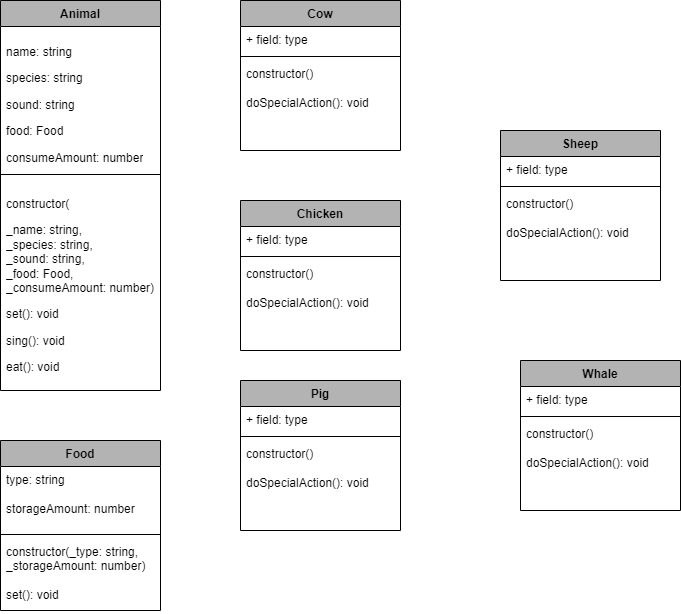
This is AnimalFarm/Concept/AnimalClasses.drawio.png from JNiqua/Code-2, a draw.io export, as it was before one commit. Source tidied: cells renumbered, new cells last; positions are measured from the earlier drawing's top-left corner, leaving out a move shared by most shapes.
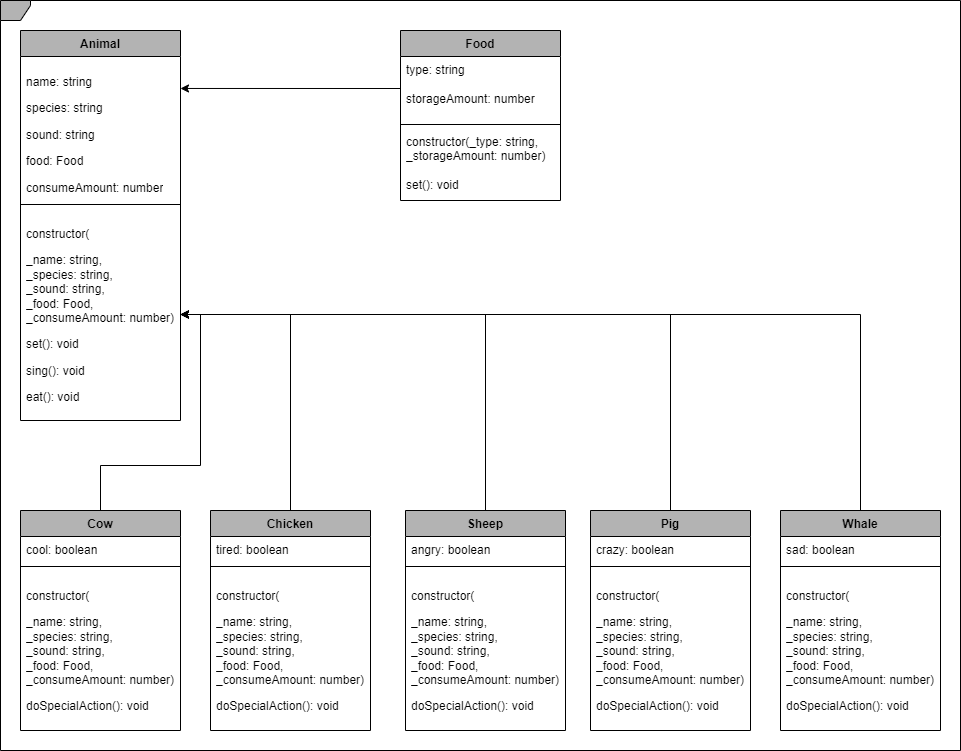
Above is the later version.

Change to the diagram source:
```diff
@@ -4,4 +4,7 @@
     <mxCell id="1" parent="0" />
+    <mxCell id="30" style="shape=umlFrame;whiteSpace=wrap;html=1;width=30;strokeColor=#000000;align=center;verticalAlign=top;swimlaneFillColor=#FFFFFF;fontFamily=Helvetica;fontSize=12;fontColor=#000000;fontStyle=1;fillColor=#B3B3B3;height=20;" parent="1" vertex="1">
+      <mxGeometry x="-20" y="-30" width="960" height="750" as="geometry" />
+    </mxCell>
-    <mxCell id="2" value="Animal" style="swimlane;fontStyle=1;align=center;verticalAlign=top;horizontal=1;startSize=26;whiteSpace=wrap;html=1;fontColor=#000000;strokeColor=#000000;swimlaneFillColor=#FFFFFF;fillColor=#B3B3B3;" parent="1" vertex="1">
-      <mxGeometry width="160" height="390" as="geometry" />
+    <mxCell id="2" value="Animal" style="swimlane;fontStyle=1;align=center;verticalAlign=top;horizontal=1;startSize=26;whiteSpace=wrap;html=1;fontColor=#000000;strokeColor=#000000;swimlaneFillColor=#FFFFFF;fillColor=#B3B3B3;" parent="30" vertex="1">
+      <mxGeometry x="20" y="30" width="160" height="390" as="geometry" />
     </mxCell>
@@ -16,4 +19,79 @@
     </mxCell>
+    <mxCell id="31" style="edgeStyle=orthogonalEdgeStyle;shape=connector;rounded=0;jettySize=auto;html=1;exitX=0.5;exitY=0;exitDx=0;exitDy=0;entryX=1;entryY=0.5;entryDx=0;entryDy=0;strokeColor=#000000;align=center;verticalAlign=middle;fontFamily=Helvetica;fontSize=12;fontColor=#000000;fontStyle=1;labelBackgroundColor=default;endArrow=classic;" parent="30" edge="1" source="10" target="5">
+      <mxGeometry relative="1" as="geometry" />
+    </mxCell>
+    <mxCell id="10" value="Cow" style="swimlane;fontStyle=1;align=center;verticalAlign=top;horizontal=1;startSize=26;whiteSpace=wrap;html=1;strokeColor=#000000;swimlaneFillColor=#FFFFFF;fontFamily=Helvetica;fontSize=12;fontColor=#000000;fillColor=#B3B3B3;" parent="30" vertex="1">
+      <mxGeometry x="20" y="510" width="160" height="220" as="geometry" />
+    </mxCell>
+    <mxCell id="11" value="cool: boolean" style="text;strokeColor=none;fillColor=none;align=left;verticalAlign=top;spacingLeft=4;spacingRight=4;overflow=hidden;whiteSpace=wrap;html=1;fontFamily=Helvetica;fontSize=12;fontColor=#000000;fontStyle=0;" parent="10" vertex="1">
+      <mxGeometry y="26" width="160" height="26" as="geometry" />
+    </mxCell>
+    <mxCell id="12" style="line;strokeWidth=1;fillColor=none;align=left;verticalAlign=middle;spacingTop=-1;spacingLeft=3;spacingRight=3;labelPosition=right;strokeColor=inherit;swimlaneFillColor=#FFFFFF;fontFamily=Helvetica;fontSize=12;fontColor=#000000;fontStyle=1;" parent="10" vertex="1">
+      <mxGeometry y="52" width="160" height="8" as="geometry" />
+    </mxCell>
+    <mxCell id="13" value="&lt;div&gt;&lt;p&gt;constructor(&lt;/p&gt;&lt;p&gt;&lt;span style=&quot;background-color: initial;&quot;&gt;_&lt;/span&gt;&lt;span style=&quot;background-color: initial;&quot;&gt;name: string,&amp;nbsp; &amp;nbsp; &amp;nbsp; &amp;nbsp; &amp;nbsp; _&lt;/span&gt;&lt;span style=&quot;background-color: initial;&quot;&gt;species: string,&amp;nbsp; &amp;nbsp; &amp;nbsp; &amp;nbsp; &amp;nbsp; _&lt;/span&gt;&lt;span style=&quot;background-color: initial;&quot;&gt;sound: string,&amp;nbsp; &amp;nbsp; &amp;nbsp; &amp;nbsp; &amp;nbsp; &amp;nbsp; &amp;nbsp; _&lt;/span&gt;&lt;span style=&quot;background-color: initial;&quot;&gt;food: Food, _&lt;/span&gt;&lt;span style=&quot;background-color: initial;&quot;&gt;consumeAmount: number)&lt;/span&gt;&lt;/p&gt;&lt;/div&gt;doSpecialAction(): void" style="text;strokeColor=none;fillColor=none;align=left;verticalAlign=top;spacingLeft=4;spacingRight=4;overflow=hidden;whiteSpace=wrap;html=1;fontFamily=Helvetica;fontSize=12;fontColor=#000000;fontStyle=0;" parent="10" vertex="1">
+      <mxGeometry y="60" width="160" height="160" as="geometry" />
+    </mxCell>
+    <mxCell id="32" style="edgeStyle=orthogonalEdgeStyle;shape=connector;rounded=0;jettySize=auto;html=1;exitX=0.5;exitY=0;exitDx=0;exitDy=0;entryX=1;entryY=0.5;entryDx=0;entryDy=0;strokeColor=#000000;align=center;verticalAlign=middle;fontFamily=Helvetica;fontSize=12;fontColor=#000000;fontStyle=1;labelBackgroundColor=default;endArrow=classic;" parent="30" edge="1" source="26" target="5">
+      <mxGeometry relative="1" as="geometry" />
+    </mxCell>
+    <mxCell id="26" value="Chicken" style="swimlane;fontStyle=1;align=center;verticalAlign=top;horizontal=1;startSize=26;whiteSpace=wrap;html=1;strokeColor=#000000;swimlaneFillColor=#FFFFFF;fontFamily=Helvetica;fontSize=12;fontColor=#000000;fillColor=#B3B3B3;" parent="30" vertex="1">
+      <mxGeometry x="210" y="510" width="160" height="220" as="geometry" />
+    </mxCell>
+    <mxCell id="33" value="tired: boolean" style="text;strokeColor=none;fillColor=none;align=left;verticalAlign=top;spacingLeft=4;spacingRight=4;overflow=hidden;whiteSpace=wrap;html=1;fontFamily=Helvetica;fontSize=12;fontColor=#000000;fontStyle=0;" parent="26" vertex="1">
+      <mxGeometry y="26" width="160" height="26" as="geometry" />
+    </mxCell>
+    <mxCell id="34" style="line;strokeWidth=1;fillColor=none;align=left;verticalAlign=middle;spacingTop=-1;spacingLeft=3;spacingRight=3;labelPosition=right;strokeColor=inherit;swimlaneFillColor=#FFFFFF;fontFamily=Helvetica;fontSize=12;fontColor=#000000;fontStyle=1;" parent="26" vertex="1">
+      <mxGeometry y="52" width="160" height="8" as="geometry" />
+    </mxCell>
+    <mxCell id="35" value="&lt;div&gt;&lt;p&gt;constructor(&lt;/p&gt;&lt;p&gt;&lt;span style=&quot;background-color: initial;&quot;&gt;_&lt;/span&gt;&lt;span style=&quot;background-color: initial;&quot;&gt;name: string,&amp;nbsp; &amp;nbsp; &amp;nbsp; &amp;nbsp; &amp;nbsp; _&lt;/span&gt;&lt;span style=&quot;background-color: initial;&quot;&gt;species: string,&amp;nbsp; &amp;nbsp; &amp;nbsp; &amp;nbsp; &amp;nbsp; _&lt;/span&gt;&lt;span style=&quot;background-color: initial;&quot;&gt;sound: string,&amp;nbsp; &amp;nbsp; &amp;nbsp; &amp;nbsp; &amp;nbsp; &amp;nbsp; &amp;nbsp; _&lt;/span&gt;&lt;span style=&quot;background-color: initial;&quot;&gt;food: Food, _&lt;/span&gt;&lt;span style=&quot;background-color: initial;&quot;&gt;consumeAmount: number)&lt;/span&gt;&lt;/p&gt;&lt;/div&gt;doSpecialAction(): void" style="text;strokeColor=none;fillColor=none;align=left;verticalAlign=top;spacingLeft=4;spacingRight=4;overflow=hidden;whiteSpace=wrap;html=1;fontFamily=Helvetica;fontSize=12;fontColor=#000000;fontStyle=0;" parent="26" vertex="1">
+      <mxGeometry y="60" width="160" height="160" as="geometry" />
+    </mxCell>
+    <mxCell id="36" style="edgeStyle=orthogonalEdgeStyle;shape=connector;rounded=0;jettySize=auto;html=1;exitX=0.5;exitY=0;exitDx=0;exitDy=0;strokeColor=#000000;align=center;verticalAlign=middle;fontFamily=Helvetica;fontSize=12;fontColor=#000000;fontStyle=1;labelBackgroundColor=default;endArrow=classic;" parent="30" edge="1" source="18" target="5">
+      <mxGeometry relative="1" as="geometry" />
+    </mxCell>
+    <mxCell id="18" value="Whale" style="swimlane;fontStyle=1;align=center;verticalAlign=top;horizontal=1;startSize=26;whiteSpace=wrap;html=1;strokeColor=#000000;swimlaneFillColor=#FFFFFF;fontFamily=Helvetica;fontSize=12;fontColor=#000000;fillColor=#B3B3B3;" parent="30" vertex="1">
+      <mxGeometry x="780" y="510" width="160" height="220" as="geometry" />
+    </mxCell>
+    <mxCell id="37" value="sad: boolean" style="text;strokeColor=none;fillColor=none;align=left;verticalAlign=top;spacingLeft=4;spacingRight=4;overflow=hidden;whiteSpace=wrap;html=1;fontFamily=Helvetica;fontSize=12;fontColor=#000000;fontStyle=0;" parent="18" vertex="1">
+      <mxGeometry y="26" width="160" height="26" as="geometry" />
+    </mxCell>
+    <mxCell id="38" style="line;strokeWidth=1;fillColor=none;align=left;verticalAlign=middle;spacingTop=-1;spacingLeft=3;spacingRight=3;labelPosition=right;strokeColor=inherit;swimlaneFillColor=#FFFFFF;fontFamily=Helvetica;fontSize=12;fontColor=#000000;fontStyle=1;" parent="18" vertex="1">
+      <mxGeometry y="52" width="160" height="8" as="geometry" />
+    </mxCell>
+    <mxCell id="39" value="&lt;div&gt;&lt;p&gt;constructor(&lt;/p&gt;&lt;p&gt;&lt;span style=&quot;background-color: initial;&quot;&gt;_&lt;/span&gt;&lt;span style=&quot;background-color: initial;&quot;&gt;name: string,&amp;nbsp; &amp;nbsp; &amp;nbsp; &amp;nbsp; &amp;nbsp; _&lt;/span&gt;&lt;span style=&quot;background-color: initial;&quot;&gt;species: string,&amp;nbsp; &amp;nbsp; &amp;nbsp; &amp;nbsp; &amp;nbsp; _&lt;/span&gt;&lt;span style=&quot;background-color: initial;&quot;&gt;sound: string,&amp;nbsp; &amp;nbsp; &amp;nbsp; &amp;nbsp; &amp;nbsp; &amp;nbsp; &amp;nbsp; _&lt;/span&gt;&lt;span style=&quot;background-color: initial;&quot;&gt;food: Food, _&lt;/span&gt;&lt;span style=&quot;background-color: initial;&quot;&gt;consumeAmount: number)&lt;/span&gt;&lt;/p&gt;&lt;/div&gt;doSpecialAction(): void" style="text;strokeColor=none;fillColor=none;align=left;verticalAlign=top;spacingLeft=4;spacingRight=4;overflow=hidden;whiteSpace=wrap;html=1;fontFamily=Helvetica;fontSize=12;fontColor=#000000;fontStyle=0;" parent="18" vertex="1">
+      <mxGeometry y="60" width="160" height="160" as="geometry" />
+    </mxCell>
+    <mxCell id="40" style="edgeStyle=orthogonalEdgeStyle;shape=connector;rounded=0;jettySize=auto;html=1;exitX=0.5;exitY=0;exitDx=0;exitDy=0;strokeColor=#000000;align=center;verticalAlign=middle;fontFamily=Helvetica;fontSize=12;fontColor=#000000;fontStyle=1;labelBackgroundColor=default;endArrow=classic;" parent="30" edge="1" source="22" target="5">
+      <mxGeometry relative="1" as="geometry" />
+    </mxCell>
+    <mxCell id="22" value="Pig" style="swimlane;fontStyle=1;align=center;verticalAlign=top;horizontal=1;startSize=26;whiteSpace=wrap;html=1;strokeColor=#000000;swimlaneFillColor=#FFFFFF;fontFamily=Helvetica;fontSize=12;fontColor=#000000;fillColor=#B3B3B3;" parent="30" vertex="1">
+      <mxGeometry x="590" y="510" width="160" height="220" as="geometry" />
+    </mxCell>
+    <mxCell id="41" value="crazy: boolean" style="text;strokeColor=none;fillColor=none;align=left;verticalAlign=top;spacingLeft=4;spacingRight=4;overflow=hidden;whiteSpace=wrap;html=1;fontFamily=Helvetica;fontSize=12;fontColor=#000000;fontStyle=0;" parent="22" vertex="1">
+      <mxGeometry y="26" width="160" height="26" as="geometry" />
+    </mxCell>
+    <mxCell id="42" style="line;strokeWidth=1;fillColor=none;align=left;verticalAlign=middle;spacingTop=-1;spacingLeft=3;spacingRight=3;labelPosition=right;strokeColor=inherit;swimlaneFillColor=#FFFFFF;fontFamily=Helvetica;fontSize=12;fontColor=#000000;fontStyle=1;" parent="22" vertex="1">
+      <mxGeometry y="52" width="160" height="8" as="geometry" />
+    </mxCell>
+    <mxCell id="43" value="&lt;div&gt;&lt;p&gt;constructor(&lt;/p&gt;&lt;p&gt;&lt;span style=&quot;background-color: initial;&quot;&gt;_&lt;/span&gt;&lt;span style=&quot;background-color: initial;&quot;&gt;name: string,&amp;nbsp; &amp;nbsp; &amp;nbsp; &amp;nbsp; &amp;nbsp; _&lt;/span&gt;&lt;span style=&quot;background-color: initial;&quot;&gt;species: string,&amp;nbsp; &amp;nbsp; &amp;nbsp; &amp;nbsp; &amp;nbsp; _&lt;/span&gt;&lt;span style=&quot;background-color: initial;&quot;&gt;sound: string,&amp;nbsp; &amp;nbsp; &amp;nbsp; &amp;nbsp; &amp;nbsp; &amp;nbsp; &amp;nbsp; _&lt;/span&gt;&lt;span style=&quot;background-color: initial;&quot;&gt;food: Food, _&lt;/span&gt;&lt;span style=&quot;background-color: initial;&quot;&gt;consumeAmount: number)&lt;/span&gt;&lt;/p&gt;&lt;/div&gt;doSpecialAction(): void" style="text;strokeColor=none;fillColor=none;align=left;verticalAlign=top;spacingLeft=4;spacingRight=4;overflow=hidden;whiteSpace=wrap;html=1;fontFamily=Helvetica;fontSize=12;fontColor=#000000;fontStyle=0;" parent="22" vertex="1">
+      <mxGeometry y="60" width="160" height="160" as="geometry" />
+    </mxCell>
+    <mxCell id="44" style="edgeStyle=orthogonalEdgeStyle;shape=connector;rounded=0;jettySize=auto;html=1;exitX=0.5;exitY=0;exitDx=0;exitDy=0;strokeColor=#000000;align=center;verticalAlign=middle;fontFamily=Helvetica;fontSize=12;fontColor=#000000;fontStyle=1;labelBackgroundColor=default;endArrow=classic;" parent="30" edge="1" source="14" target="5">
+      <mxGeometry relative="1" as="geometry" />
+    </mxCell>
+    <mxCell id="14" value="Sheep" style="swimlane;fontStyle=1;align=center;verticalAlign=top;horizontal=1;startSize=26;whiteSpace=wrap;html=1;strokeColor=#000000;swimlaneFillColor=#FFFFFF;fontFamily=Helvetica;fontSize=12;fontColor=#000000;fillColor=#B3B3B3;" parent="30" vertex="1">
+      <mxGeometry x="405" y="510" width="160" height="220" as="geometry" />
+    </mxCell>
+    <mxCell id="45" value="angry: boolean" style="text;strokeColor=none;fillColor=none;align=left;verticalAlign=top;spacingLeft=4;spacingRight=4;overflow=hidden;whiteSpace=wrap;html=1;fontFamily=Helvetica;fontSize=12;fontColor=#000000;fontStyle=0;" parent="14" vertex="1">
+      <mxGeometry y="26" width="160" height="26" as="geometry" />
+    </mxCell>
+    <mxCell id="46" style="line;strokeWidth=1;fillColor=none;align=left;verticalAlign=middle;spacingTop=-1;spacingLeft=3;spacingRight=3;labelPosition=right;strokeColor=inherit;swimlaneFillColor=#FFFFFF;fontFamily=Helvetica;fontSize=12;fontColor=#000000;fontStyle=1;" parent="14" vertex="1">
+      <mxGeometry y="52" width="160" height="8" as="geometry" />
+    </mxCell>
+    <mxCell id="47" value="&lt;div&gt;&lt;p&gt;constructor(&lt;/p&gt;&lt;p&gt;&lt;span style=&quot;background-color: initial;&quot;&gt;_&lt;/span&gt;&lt;span style=&quot;background-color: initial;&quot;&gt;name: string,&amp;nbsp; &amp;nbsp; &amp;nbsp; &amp;nbsp; &amp;nbsp; _&lt;/span&gt;&lt;span style=&quot;background-color: initial;&quot;&gt;species: string,&amp;nbsp; &amp;nbsp; &amp;nbsp; &amp;nbsp; &amp;nbsp; _&lt;/span&gt;&lt;span style=&quot;background-color: initial;&quot;&gt;sound: string,&amp;nbsp; &amp;nbsp; &amp;nbsp; &amp;nbsp; &amp;nbsp; &amp;nbsp; &amp;nbsp; _&lt;/span&gt;&lt;span style=&quot;background-color: initial;&quot;&gt;food: Food, _&lt;/span&gt;&lt;span style=&quot;background-color: initial;&quot;&gt;consumeAmount: number)&lt;/span&gt;&lt;/p&gt;&lt;/div&gt;doSpecialAction(): void" style="text;strokeColor=none;fillColor=none;align=left;verticalAlign=top;spacingLeft=4;spacingRight=4;overflow=hidden;whiteSpace=wrap;html=1;fontFamily=Helvetica;fontSize=12;fontColor=#000000;fontStyle=0;" parent="14" vertex="1">
+      <mxGeometry y="60" width="160" height="160" as="geometry" />
+    </mxCell>
-    <mxCell id="6" value="Food" style="swimlane;fontStyle=1;align=center;verticalAlign=top;horizontal=1;startSize=26;whiteSpace=wrap;html=1;strokeColor=#000000;swimlaneFillColor=#FFFFFF;fontFamily=Helvetica;fontSize=12;fontColor=#000000;fillColor=#B3B3B3;" parent="1" vertex="1">
-      <mxGeometry y="440" width="160" height="170" as="geometry" />
+    <mxCell id="6" value="Food" style="swimlane;fontStyle=1;align=center;verticalAlign=top;horizontal=1;startSize=26;whiteSpace=wrap;html=1;strokeColor=#000000;swimlaneFillColor=#FFFFFF;fontFamily=Helvetica;fontSize=12;fontColor=#000000;fillColor=#B3B3B3;" parent="30" vertex="1">
+      <mxGeometry x="400" y="30" width="160" height="170" as="geometry" />
     </mxCell>
@@ -28,62 +106,5 @@
     </mxCell>
-    <mxCell id="10" value="Cow" style="swimlane;fontStyle=1;align=center;verticalAlign=top;horizontal=1;startSize=26;whiteSpace=wrap;html=1;strokeColor=#000000;swimlaneFillColor=#FFFFFF;fontFamily=Helvetica;fontSize=12;fontColor=#000000;fillColor=#B3B3B3;" parent="1" vertex="1">
-      <mxGeometry x="240" width="160" height="150" as="geometry" />
-    </mxCell>
-    <mxCell id="11" value="+ field: type" style="text;strokeColor=none;fillColor=none;align=left;verticalAlign=top;spacingLeft=4;spacingRight=4;overflow=hidden;whiteSpace=wrap;html=1;fontFamily=Helvetica;fontSize=12;fontColor=#000000;fontStyle=0;" parent="10" vertex="1">
-      <mxGeometry y="26" width="160" height="26" as="geometry" />
-    </mxCell>
-    <mxCell id="12" style="line;strokeWidth=1;fillColor=none;align=left;verticalAlign=middle;spacingTop=-1;spacingLeft=3;spacingRight=3;labelPosition=right;strokeColor=inherit;swimlaneFillColor=#FFFFFF;fontFamily=Helvetica;fontSize=12;fontColor=#000000;fontStyle=1;" parent="10" vertex="1">
-      <mxGeometry y="52" width="160" height="8" as="geometry" />
-    </mxCell>
-    <mxCell id="13" value="&lt;div&gt;constructor()&lt;/div&gt;&lt;div&gt;&lt;br&gt;&lt;/div&gt;doSpecialAction(): void" style="text;strokeColor=none;fillColor=none;align=left;verticalAlign=top;spacingLeft=4;spacingRight=4;overflow=hidden;whiteSpace=wrap;html=1;fontFamily=Helvetica;fontSize=12;fontColor=#000000;fontStyle=0;" parent="10" vertex="1">
-      <mxGeometry y="60" width="160" height="90" as="geometry" />
-    </mxCell>
-    <mxCell id="14" value="Sheep" style="swimlane;fontStyle=1;align=center;verticalAlign=top;horizontal=1;startSize=26;whiteSpace=wrap;html=1;strokeColor=#000000;swimlaneFillColor=#FFFFFF;fontFamily=Helvetica;fontSize=12;fontColor=#000000;fillColor=#B3B3B3;" parent="1" vertex="1">
-      <mxGeometry x="500" y="130" width="160" height="150" as="geometry" />
-    </mxCell>
-    <mxCell id="15" value="+ field: type" style="text;strokeColor=none;fillColor=none;align=left;verticalAlign=top;spacingLeft=4;spacingRight=4;overflow=hidden;whiteSpace=wrap;html=1;fontFamily=Helvetica;fontSize=12;fontColor=#000000;fontStyle=0;" parent="14" vertex="1">
-      <mxGeometry y="26" width="160" height="26" as="geometry" />
-    </mxCell>
-    <mxCell id="16" style="line;strokeWidth=1;fillColor=none;align=left;verticalAlign=middle;spacingTop=-1;spacingLeft=3;spacingRight=3;labelPosition=right;strokeColor=inherit;swimlaneFillColor=#FFFFFF;fontFamily=Helvetica;fontSize=12;fontColor=#000000;fontStyle=1;" parent="14" vertex="1">
-      <mxGeometry y="52" width="160" height="8" as="geometry" />
-    </mxCell>
-    <mxCell id="17" value="&lt;div&gt;constructor()&lt;/div&gt;&lt;div&gt;&lt;br&gt;&lt;/div&gt;doSpecialAction(): void" style="text;strokeColor=none;fillColor=none;align=left;verticalAlign=top;spacingLeft=4;spacingRight=4;overflow=hidden;whiteSpace=wrap;html=1;fontFamily=Helvetica;fontSize=12;fontColor=#000000;fontStyle=0;" parent="14" vertex="1">
-      <mxGeometry y="60" width="160" height="90" as="geometry" />
-    </mxCell>
-    <mxCell id="18" value="Whale" style="swimlane;fontStyle=1;align=center;verticalAlign=top;horizontal=1;startSize=26;whiteSpace=wrap;html=1;strokeColor=#000000;swimlaneFillColor=#FFFFFF;fontFamily=Helvetica;fontSize=12;fontColor=#000000;fillColor=#B3B3B3;" parent="1" vertex="1">
-      <mxGeometry x="520" y="360" width="160" height="150" as="geometry" />
-    </mxCell>
-    <mxCell id="19" value="+ field: type" style="text;strokeColor=none;fillColor=none;align=left;verticalAlign=top;spacingLeft=4;spacingRight=4;overflow=hidden;whiteSpace=wrap;html=1;fontFamily=Helvetica;fontSize=12;fontColor=#000000;fontStyle=0;" parent="18" vertex="1">
-      <mxGeometry y="26" width="160" height="26" as="geometry" />
-    </mxCell>
-    <mxCell id="20" style="line;strokeWidth=1;fillColor=none;align=left;verticalAlign=middle;spacingTop=-1;spacingLeft=3;spacingRight=3;labelPosition=right;strokeColor=inherit;swimlaneFillColor=#FFFFFF;fontFamily=Helvetica;fontSize=12;fontColor=#000000;fontStyle=1;" parent="18" vertex="1">
-      <mxGeometry y="52" width="160" height="8" as="geometry" />
-    </mxCell>
-    <mxCell id="21" value="&lt;div&gt;constructor()&lt;/div&gt;&lt;div&gt;&lt;br&gt;&lt;/div&gt;doSpecialAction(): void" style="text;strokeColor=none;fillColor=none;align=left;verticalAlign=top;spacingLeft=4;spacingRight=4;overflow=hidden;whiteSpace=wrap;html=1;fontFamily=Helvetica;fontSize=12;fontColor=#000000;fontStyle=0;" parent="18" vertex="1">
-      <mxGeometry y="60" width="160" height="90" as="geometry" />
-    </mxCell>
-    <mxCell id="22" value="Pig" style="swimlane;fontStyle=1;align=center;verticalAlign=top;horizontal=1;startSize=26;whiteSpace=wrap;html=1;strokeColor=#000000;swimlaneFillColor=#FFFFFF;fontFamily=Helvetica;fontSize=12;fontColor=#000000;fillColor=#B3B3B3;" parent="1" vertex="1">
-      <mxGeometry x="240" y="380" width="160" height="150" as="geometry" />
-    </mxCell>
-    <mxCell id="23" value="+ field: type" style="text;strokeColor=none;fillColor=none;align=left;verticalAlign=top;spacingLeft=4;spacingRight=4;overflow=hidden;whiteSpace=wrap;html=1;fontFamily=Helvetica;fontSize=12;fontColor=#000000;fontStyle=0;" parent="22" vertex="1">
-      <mxGeometry y="26" width="160" height="26" as="geometry" />
-    </mxCell>
-    <mxCell id="24" style="line;strokeWidth=1;fillColor=none;align=left;verticalAlign=middle;spacingTop=-1;spacingLeft=3;spacingRight=3;labelPosition=right;strokeColor=inherit;swimlaneFillColor=#FFFFFF;fontFamily=Helvetica;fontSize=12;fontColor=#000000;fontStyle=1;" parent="22" vertex="1">
-      <mxGeometry y="52" width="160" height="8" as="geometry" />
-    </mxCell>
-    <mxCell id="25" value="&lt;div&gt;constructor()&lt;/div&gt;&lt;div&gt;&lt;br&gt;&lt;/div&gt;doSpecialAction(): void" style="text;strokeColor=none;fillColor=none;align=left;verticalAlign=top;spacingLeft=4;spacingRight=4;overflow=hidden;whiteSpace=wrap;html=1;fontFamily=Helvetica;fontSize=12;fontColor=#000000;fontStyle=0;" parent="22" vertex="1">
-      <mxGeometry y="60" width="160" height="90" as="geometry" />
-    </mxCell>
-    <mxCell id="26" value="Chicken" style="swimlane;fontStyle=1;align=center;verticalAlign=top;horizontal=1;startSize=26;whiteSpace=wrap;html=1;strokeColor=#000000;swimlaneFillColor=#FFFFFF;fontFamily=Helvetica;fontSize=12;fontColor=#000000;fillColor=#B3B3B3;" parent="1" vertex="1">
-      <mxGeometry x="240" y="200" width="160" height="150" as="geometry" />
-    </mxCell>
-    <mxCell id="27" value="+ field: type" style="text;strokeColor=none;fillColor=none;align=left;verticalAlign=top;spacingLeft=4;spacingRight=4;overflow=hidden;whiteSpace=wrap;html=1;fontFamily=Helvetica;fontSize=12;fontColor=#000000;fontStyle=0;" parent="26" vertex="1">
-      <mxGeometry y="26" width="160" height="26" as="geometry" />
-    </mxCell>
-    <mxCell id="28" style="line;strokeWidth=1;fillColor=none;align=left;verticalAlign=middle;spacingTop=-1;spacingLeft=3;spacingRight=3;labelPosition=right;strokeColor=inherit;swimlaneFillColor=#FFFFFF;fontFamily=Helvetica;fontSize=12;fontColor=#000000;fontStyle=1;" parent="26" vertex="1">
-      <mxGeometry y="52" width="160" height="8" as="geometry" />
-    </mxCell>
-    <mxCell id="29" value="&lt;div&gt;constructor()&lt;/div&gt;&lt;div&gt;&lt;br&gt;&lt;/div&gt;doSpecialAction(): void" style="text;strokeColor=none;fillColor=none;align=left;verticalAlign=top;spacingLeft=4;spacingRight=4;overflow=hidden;whiteSpace=wrap;html=1;fontFamily=Helvetica;fontSize=12;fontColor=#000000;fontStyle=0;" parent="26" vertex="1">
-      <mxGeometry y="60" width="160" height="90" as="geometry" />
-    </mxCell>
+    <mxCell id="48" style="edgeStyle=orthogonalEdgeStyle;shape=connector;rounded=0;jettySize=auto;html=1;exitX=0;exitY=0.5;exitDx=0;exitDy=0;entryX=1;entryY=0.222;entryDx=0;entryDy=0;entryPerimeter=0;strokeColor=#000000;align=center;verticalAlign=middle;fontFamily=Helvetica;fontSize=12;fontColor=#000000;fontStyle=1;labelBackgroundColor=default;endArrow=classic;" parent="30" edge="1" source="7" target="3">
+      <mxGeometry relative="1" as="geometry" />
+    </mxCell>
   </root>
```
